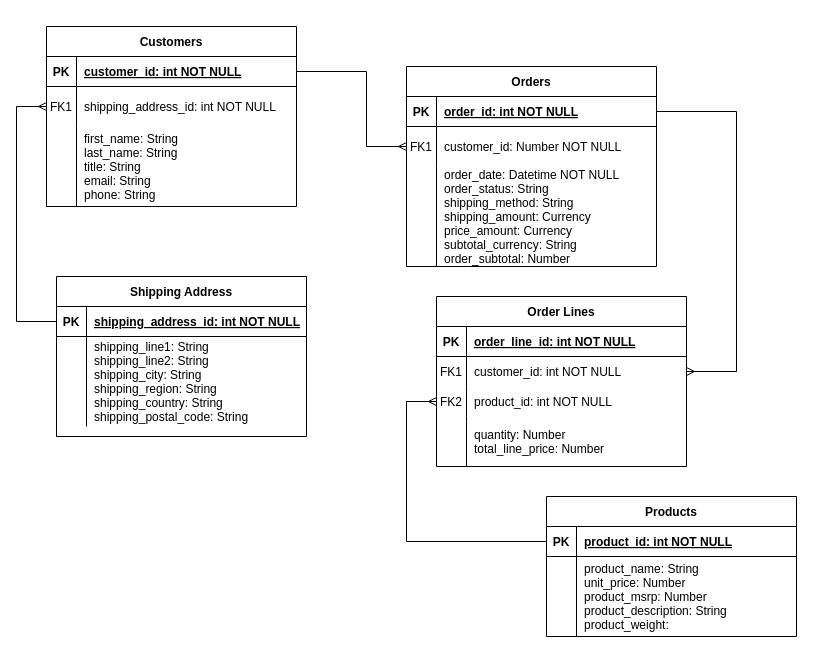
Above: salesOrderProcessingERD.drawio in james-cole-174/NEA (draw.io), before the change. Source tidied: cells renumbered, new cells numbered last; positions are measured from the earlier drawing's top-left corner, leaving out a move shared by most shapes. Both pictures are drawn from the tidied source at 100%, with x=0, y=0 at pixel (16, 26).
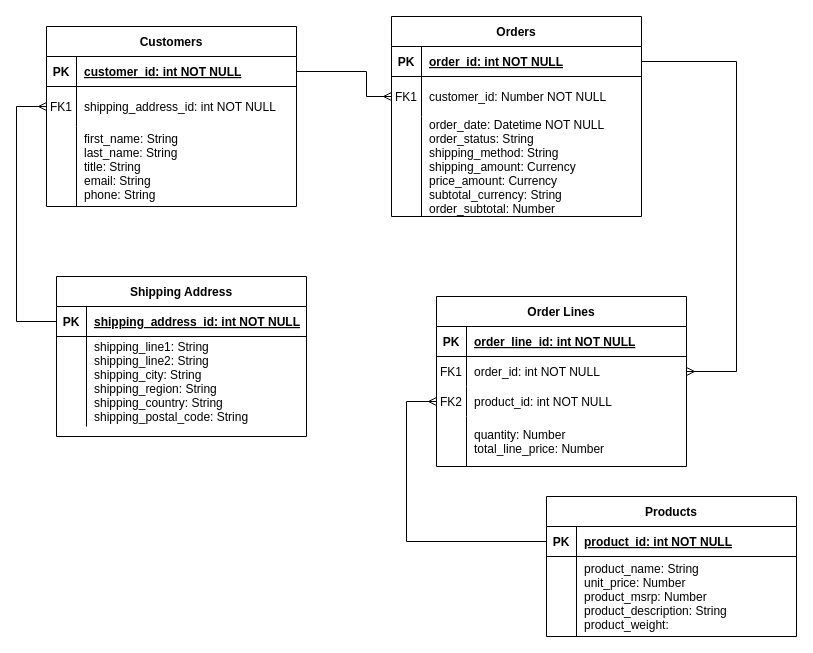
The same diagram, later.

Commit message:
fixed foreign key misnamed

Unchanged cells that the change refers to:
```xml
<mxCell id="3" style="shape=partialRectangle;fillColor=none;points=[[0,0.5],[1,0.5]];portConstraint=eastwest;top=0;left=0;right=0;bottom=1;" parent="2" vertex="1">
  <mxGeometry y="30" width="250" height="30" as="geometry" />
</mxCell>
<mxCell id="6" style="shape=partialRectangle;fillColor=none;points=[[0,0.5],[1,0.5]];portConstraint=eastwest;top=0;left=0;right=0;bottom=0;" parent="2" vertex="1">
  <mxGeometry y="60" width="250" height="40" as="geometry" />
</mxCell>
<mxCell id="13" style="shape=partialRectangle;fillColor=none;points=[[0,0.5],[1,0.5]];portConstraint=eastwest;top=0;left=0;right=0;bottom=1;" parent="12" vertex="1">
  <mxGeometry y="30" width="250" height="30" as="geometry" />
</mxCell>
<mxCell id="26" style="shape=partialRectangle;fillColor=none;points=[[0,0.5],[1,0.5]];portConstraint=eastwest;top=0;left=0;right=0;bottom=0;" parent="22" vertex="1">
  <mxGeometry y="60" width="250" height="30" as="geometry" />
</mxCell>
```

Change to the diagram source:
```diff
@@
     <mxCell id="2" value="Orders" style="shape=table;startSize=30;childLayout=tableLayout;rowLines=0;fontStyle=1;align=center;" parent="1" vertex="1">
-      <mxGeometry x="390" y="40" width="250" height="200" as="geometry" />
+      <mxGeometry x="375" y="-10" width="250" height="200" as="geometry" />
     </mxCell>
@@
-    <mxCell id="28" value="customer_id: int NOT NULL" style="shape=partialRectangle;overflow=hidden;fillColor=none;top=0;left=0;bottom=0;right=0;align=left;spacingLeft=6;" parent="26" vertex="1">
+    <mxCell id="28" value="order_id: int NOT NULL" style="shape=partialRectangle;overflow=hidden;fillColor=none;top=0;left=0;bottom=0;right=0;align=left;spacingLeft=6;" parent="26" vertex="1">
       <mxGeometry x="30" width="220" height="30" as="geometry" />
     </mxCell>
@@
     <mxCell id="35" style="edgeStyle=orthogonalEdgeStyle;rounded=0;jettySize=auto;html=1;exitX=1;exitY=0.5;exitDx=0;exitDy=0;entryX=0;entryY=0.5;entryDx=0;entryDy=0;startArrow=none;startFill=0;endArrow=ERmany;endFill=0;" parent="1" edge="1" source="13" target="6">
       <mxGeometry relative="1" as="geometry">
         <Array as="points">
           <mxPoint x="350" y="45" />
-          <mxPoint x="350" y="120" />
+          <mxPoint x="350" y="70" />
         </Array>
       </mxGeometry>
     </mxCell>
@@
     <mxCell id="44" style="edgeStyle=orthogonalEdgeStyle;rounded=0;jettySize=auto;html=1;entryX=1;entryY=0.5;entryDx=0;entryDy=0;startArrow=none;startFill=0;endArrow=ERmany;endFill=0;exitX=1;exitY=0.5;exitDx=0;exitDy=0;" parent="1" edge="1" source="3" target="26">
       <mxGeometry relative="1" as="geometry">
         <Array as="points">
-          <mxPoint x="720" y="85" />
+          <mxPoint x="720" y="35" />
           <mxPoint x="720" y="345" />
         </Array>
       </mxGeometry>
     </mxCell>
```
